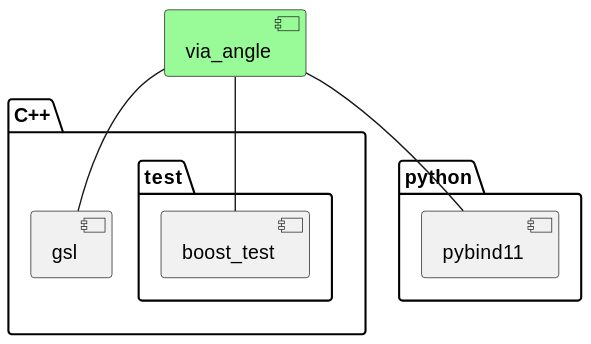
The PlantUML diagram docs/images/angle_dependencies.svg in kenba/via-angle-cpp, before a commit. Its diagram source:
```plantuml
@startuml


set namespaceSeparator ::
    component via_angle #palegreen
    package C++ {
        component gsl
        package test {
            component boost_test
        }
    }
    package python {
        component pybind11
    }

    via_angle -- gsl
    via_angle --  boost_test
    via_angle -- pybind11
@enduml
```
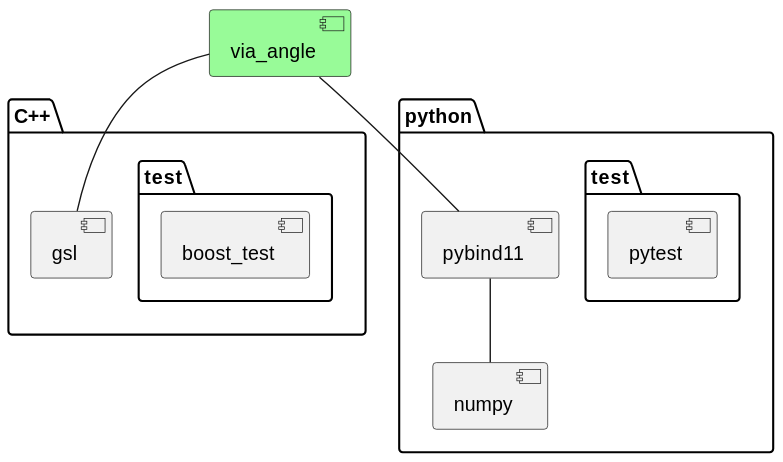
Later version of the same file.

What changed in the source:
```diff
@@ -11,9 +11,13 @@
     }
     package python {
         component pybind11
+        component numpy
+        package test {
+            component pytest
+        }
+        pybind11 -- numpy
     }
 
     via_angle -- gsl
-    via_angle --  boost_test
     via_angle -- pybind11
 @enduml
```
